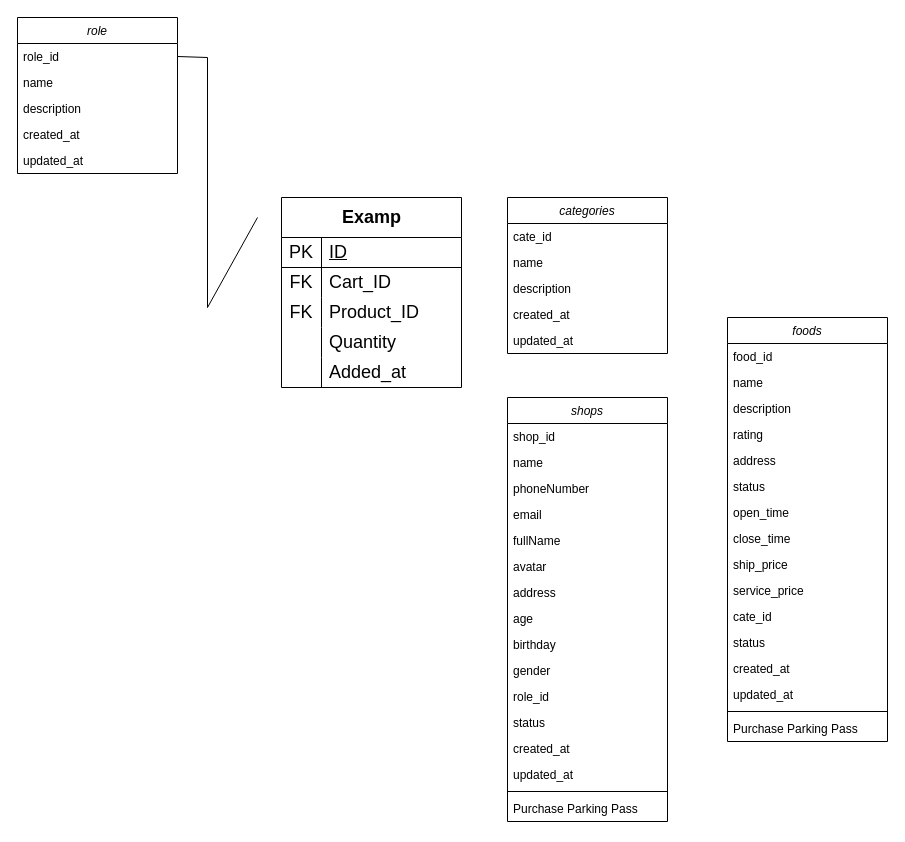
This is DATN.drawio from ntuananhdevs/DATN-DevFoods, a draw.io file, before an edit. Source tidied: cells renumbered, new cells numbered last; positions are measured from the earlier drawing's top-left corner, leaving out a move shared by most shapes. Both pictures are drawn from the tidied source at 100%, with x=0, y=0 at pixel (17, 17).
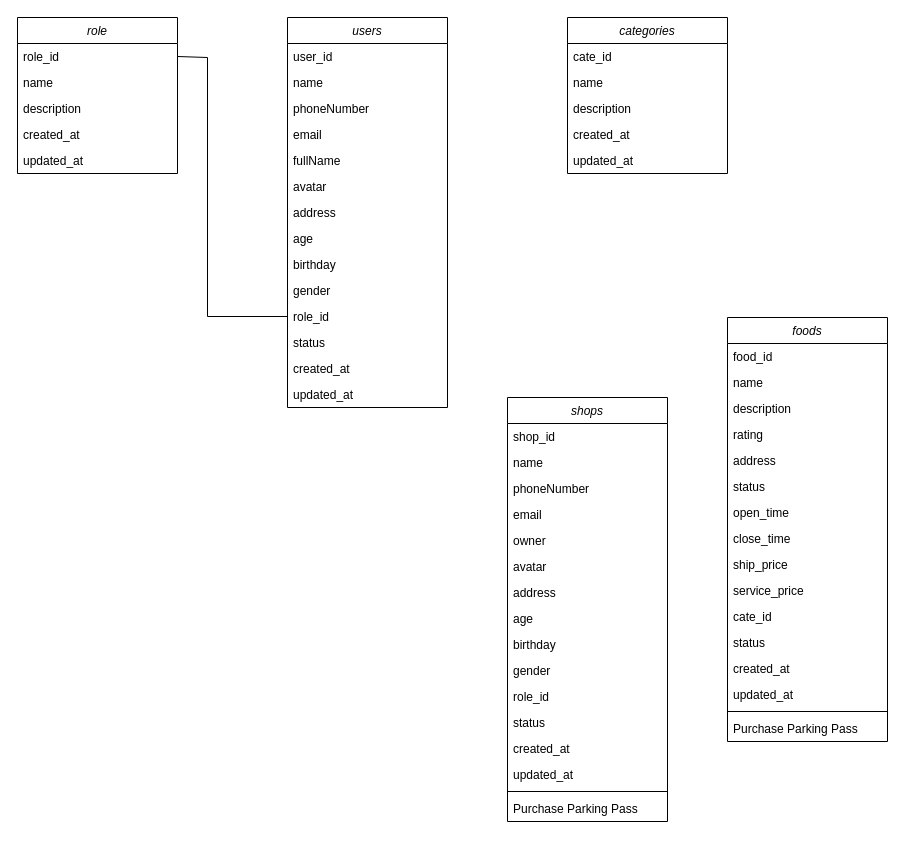
After the change.

Commit message (it also covers changes not shown here):
Cập nhật DATN.drawio

The change refers to these unchanged cells:
```xml
<mxCell id="19" value="role_id" style="text;align=left;verticalAlign=top;spacingLeft=4;spacingRight=4;overflow=hidden;points=[[0,0.5],[1,0.5]];portConstraint=eastwest;" parent="18" vertex="1">
  <mxGeometry y="26" width="160" height="26" as="geometry" />
</mxCell>
<mxCell id="48" value="shops" style="swimlane;fontStyle=2;align=center;verticalAlign=top;horizontal=1;startSize=26;rounded=0;shadow=0;strokeWidth=1;" parent="1" vertex="1">
  <mxGeometry x="490" y="380" width="160" height="424" as="geometry" />
</mxCell>
```

Change to the diagram source:
```diff
@@
-    <mxCell id="2" value="&lt;b&gt;Examp&lt;/b&gt;" style="shape=table;startSize=40;childLayout=tableLayout;rowLines=0;fontStyle=0;align=center;html=1;strokeWidth=1;fontSize=18;" parent="1" vertex="1">
-      <mxGeometry x="264" y="180" width="180" height="190" as="geometry" />
-    </mxCell>
-    <mxCell id="3" style="shape=tableRow;horizontal=0;startSize=0;swimlaneHead=0;swimlaneBody=0;fillColor=none;top=0;left=0;right=0;bottom=1;fontStyle=0;strokeWidth=1;fontSize=18;" parent="2" vertex="1">
-      <mxGeometry y="40" width="180" height="30" as="geometry" />
-    </mxCell>
-    <mxCell id="4" value="PK" style="shape=partialRectangle;fillColor=none;top=0;left=0;bottom=0;right=0;fontStyle=0;overflow=hidden;whiteSpace=wrap;html=1;strokeWidth=1;fontSize=18;" parent="3" vertex="1">
-      <mxGeometry width="40" height="30" as="geometry" />
-    </mxCell>
-    <mxCell id="5" value="ID" style="shape=partialRectangle;fillColor=none;top=0;left=0;bottom=0;right=0;align=left;spacingLeft=6;fontStyle=4;overflow=hidden;whiteSpace=wrap;html=1;strokeWidth=1;fontSize=18;" parent="3" vertex="1">
-      <mxGeometry x="40" width="140" height="30" as="geometry" />
-    </mxCell>
-    <mxCell id="6" style="shape=tableRow;horizontal=0;startSize=0;swimlaneHead=0;swimlaneBody=0;fillColor=none;top=0;left=0;right=0;bottom=0;fontStyle=0;strokeWidth=1;fontSize=18;" parent="2" vertex="1">
-      <mxGeometry y="70" width="180" height="30" as="geometry" />
-    </mxCell>
-    <mxCell id="7" value="FK" style="shape=partialRectangle;fillColor=none;top=0;left=0;bottom=0;right=0;overflow=hidden;whiteSpace=wrap;html=1;fontStyle=0;strokeWidth=1;fontSize=18;" parent="6" vertex="1">
-      <mxGeometry width="40" height="30" as="geometry" />
-    </mxCell>
-    <mxCell id="8" value="Cart_ID" style="shape=partialRectangle;fillColor=none;top=0;left=0;bottom=0;right=0;align=left;spacingLeft=6;overflow=hidden;whiteSpace=wrap;html=1;fontStyle=0;strokeWidth=1;fontSize=18;" parent="6" vertex="1">
-      <mxGeometry x="40" width="140" height="30" as="geometry" />
-    </mxCell>
-    <mxCell id="9" style="shape=tableRow;horizontal=0;startSize=0;swimlaneHead=0;swimlaneBody=0;fillColor=none;top=0;left=0;right=0;bottom=0;fontStyle=0;strokeWidth=1;fontSize=18;" parent="2" vertex="1">
-      <mxGeometry y="100" width="180" height="30" as="geometry" />
-    </mxCell>
-    <mxCell id="10" value="FK" style="shape=partialRectangle;fillColor=none;top=0;left=0;bottom=0;right=0;overflow=hidden;whiteSpace=wrap;html=1;fontStyle=0;strokeWidth=1;fontSize=18;" parent="9" vertex="1">
-      <mxGeometry width="40" height="30" as="geometry" />
-    </mxCell>
-    <mxCell id="11" value="Product_ID" style="shape=partialRectangle;fillColor=none;top=0;left=0;bottom=0;right=0;align=left;spacingLeft=6;overflow=hidden;whiteSpace=wrap;html=1;fontStyle=0;strokeWidth=1;fontSize=18;" parent="9" vertex="1">
-      <mxGeometry x="40" width="140" height="30" as="geometry" />
-    </mxCell>
-    <mxCell id="12" style="shape=tableRow;horizontal=0;startSize=0;swimlaneHead=0;swimlaneBody=0;fillColor=none;top=0;left=0;right=0;bottom=0;fontStyle=0;strokeWidth=1;fontSize=18;" parent="2" vertex="1">
-      <mxGeometry y="130" width="180" height="30" as="geometry" />
-    </mxCell>
-    <mxCell id="13" style="shape=partialRectangle;fillColor=none;top=0;left=0;bottom=0;right=0;overflow=hidden;whiteSpace=wrap;html=1;fontStyle=0;strokeWidth=1;fontSize=18;" parent="12" vertex="1">
-      <mxGeometry width="40" height="30" as="geometry" />
-    </mxCell>
-    <mxCell id="14" value="Quantity" style="shape=partialRectangle;fillColor=none;top=0;left=0;bottom=0;right=0;align=left;spacingLeft=6;overflow=hidden;whiteSpace=wrap;html=1;fontStyle=0;strokeWidth=1;fontSize=18;" parent="12" vertex="1">
-      <mxGeometry x="40" width="140" height="30" as="geometry" />
-    </mxCell>
-    <mxCell id="15" style="shape=tableRow;horizontal=0;startSize=0;swimlaneHead=0;swimlaneBody=0;fillColor=none;top=0;left=0;right=0;bottom=0;fontStyle=0;strokeWidth=1;fontSize=18;" parent="2" vertex="1">
-      <mxGeometry y="160" width="180" height="30" as="geometry" />
-    </mxCell>
-    <mxCell id="16" style="shape=partialRectangle;fillColor=none;top=0;left=0;bottom=0;right=0;overflow=hidden;whiteSpace=wrap;html=1;fontStyle=0;strokeWidth=1;fontSize=18;" parent="15" vertex="1">
-      <mxGeometry width="40" height="30" as="geometry" />
-    </mxCell>
-    <mxCell id="17" value="Added_at" style="shape=partialRectangle;fillColor=none;top=0;left=0;bottom=0;right=0;align=left;spacingLeft=6;overflow=hidden;whiteSpace=wrap;html=1;fontStyle=0;strokeWidth=1;fontSize=18;" parent="15" vertex="1">
-      <mxGeometry x="40" width="140" height="30" as="geometry" />
-    </mxCell>
@@
-    <mxCell id="24" style="endArrow=none;html=1;rounded=0;exitX=1;exitY=0.5;exitDx=0;exitDy=0;entryX=0;entryY=0.5;entryDx=0;entryDy=0;" parent="1" edge="1" source="19">
+    <mxCell id="24" style="endArrow=none;html=1;rounded=0;exitX=1;exitY=0.5;exitDx=0;exitDy=0;entryX=0;entryY=0.5;entryDx=0;entryDy=0;" parent="1" edge="1" source="19" target="76">
       <mxGeometry relative="1" as="geometry">
-        <mxPoint x="240" y="200" as="targetPoint" />
         <Array as="points">
           <mxPoint x="190" y="40" />
-          <mxPoint x="190" y="290" />
+          <mxPoint x="190" y="299" />
         </Array>
       </mxGeometry>
     </mxCell>
     <mxCell id="25" value="categories" style="swimlane;fontStyle=2;align=center;verticalAlign=top;horizontal=1;startSize=26;rounded=0;shadow=0;strokeWidth=1;" parent="1" vertex="1">
-      <mxGeometry x="490" y="180" width="160" height="156" as="geometry" />
+      <mxGeometry x="550" width="160" height="156" as="geometry" />
     </mxCell>
@@
-    <mxCell id="53" value="fullName" style="text;align=left;verticalAlign=top;spacingLeft=4;spacingRight=4;overflow=hidden;rounded=0;shadow=0;html=0;" parent="48" vertex="1">
+    <mxCell id="53" value="owner" style="text;align=left;verticalAlign=top;spacingLeft=4;spacingRight=4;overflow=hidden;rounded=0;shadow=0;html=0;" parent="48" vertex="1">
       <mxGeometry y="130" width="160" height="26" as="geometry" />
     </mxCell>
@@
+    <mxCell id="65" value="users" style="swimlane;fontStyle=2;align=center;verticalAlign=top;horizontal=1;startSize=26;rounded=0;shadow=0;strokeWidth=1;" parent="1" vertex="1">
+      <mxGeometry x="270" width="160" height="390" as="geometry" />
+    </mxCell>
+    <mxCell id="66" value="user_id" style="text;align=left;verticalAlign=top;spacingLeft=4;spacingRight=4;overflow=hidden;" parent="65" vertex="1">
+      <mxGeometry y="26" width="160" height="26" as="geometry" />
+    </mxCell>
+    <mxCell id="67" value="name" style="text;align=left;verticalAlign=top;spacingLeft=4;spacingRight=4;overflow=hidden;" parent="65" vertex="1">
+      <mxGeometry y="52" width="160" height="26" as="geometry" />
+    </mxCell>
+    <mxCell id="68" value="phoneNumber" style="text;align=left;verticalAlign=top;spacingLeft=4;spacingRight=4;overflow=hidden;rounded=0;shadow=0;html=0;" parent="65" vertex="1">
+      <mxGeometry y="78" width="160" height="26" as="geometry" />
+    </mxCell>
+    <mxCell id="69" value="email" style="text;align=left;verticalAlign=top;spacingLeft=4;spacingRight=4;overflow=hidden;rounded=0;shadow=0;html=0;" parent="65" vertex="1">
+      <mxGeometry y="104" width="160" height="26" as="geometry" />
+    </mxCell>
+    <mxCell id="70" value="fullName" style="text;align=left;verticalAlign=top;spacingLeft=4;spacingRight=4;overflow=hidden;rounded=0;shadow=0;html=0;" parent="65" vertex="1">
+      <mxGeometry y="130" width="160" height="26" as="geometry" />
+    </mxCell>
+    <mxCell id="71" value="avatar" style="text;align=left;verticalAlign=top;spacingLeft=4;spacingRight=4;overflow=hidden;rounded=0;shadow=0;html=0;" parent="65" vertex="1">
+      <mxGeometry y="156" width="160" height="26" as="geometry" />
+    </mxCell>
+    <mxCell id="72" value="address" style="text;align=left;verticalAlign=top;spacingLeft=4;spacingRight=4;overflow=hidden;rounded=0;shadow=0;html=0;" parent="65" vertex="1">
+      <mxGeometry y="182" width="160" height="26" as="geometry" />
+    </mxCell>
+    <mxCell id="73" value="age" style="text;align=left;verticalAlign=top;spacingLeft=4;spacingRight=4;overflow=hidden;" parent="65" vertex="1">
+      <mxGeometry y="208" width="160" height="26" as="geometry" />
+    </mxCell>
+    <mxCell id="74" value="birthday" style="text;align=left;verticalAlign=top;spacingLeft=4;spacingRight=4;overflow=hidden;" parent="65" vertex="1">
+      <mxGeometry y="234" width="160" height="26" as="geometry" />
+    </mxCell>
+    <mxCell id="75" value="gender" style="text;align=left;verticalAlign=top;spacingLeft=4;spacingRight=4;overflow=hidden;" parent="65" vertex="1">
+      <mxGeometry y="260" width="160" height="26" as="geometry" />
+    </mxCell>
+    <mxCell id="76" value="role_id" style="text;align=left;verticalAlign=top;spacingLeft=4;spacingRight=4;overflow=hidden;points=[[0,0.5],[1,0.5]];portConstraint=eastwest;" parent="65" vertex="1">
+      <mxGeometry y="286" width="160" height="26" as="geometry" />
+    </mxCell>
+    <mxCell id="77" value="status" style="text;align=left;verticalAlign=top;spacingLeft=4;spacingRight=4;overflow=hidden;" parent="65" vertex="1">
+      <mxGeometry y="312" width="160" height="26" as="geometry" />
+    </mxCell>
+    <mxCell id="78" value="created_at" style="text;align=left;verticalAlign=top;spacingLeft=4;spacingRight=4;overflow=hidden;" parent="65" vertex="1">
+      <mxGeometry y="338" width="160" height="26" as="geometry" />
+    </mxCell>
+    <mxCell id="79" value="updated_at" style="text;align=left;verticalAlign=top;spacingLeft=4;spacingRight=4;overflow=hidden;" parent="65" vertex="1">
+      <mxGeometry y="364" width="160" height="26" as="geometry" />
+    </mxCell>
```
